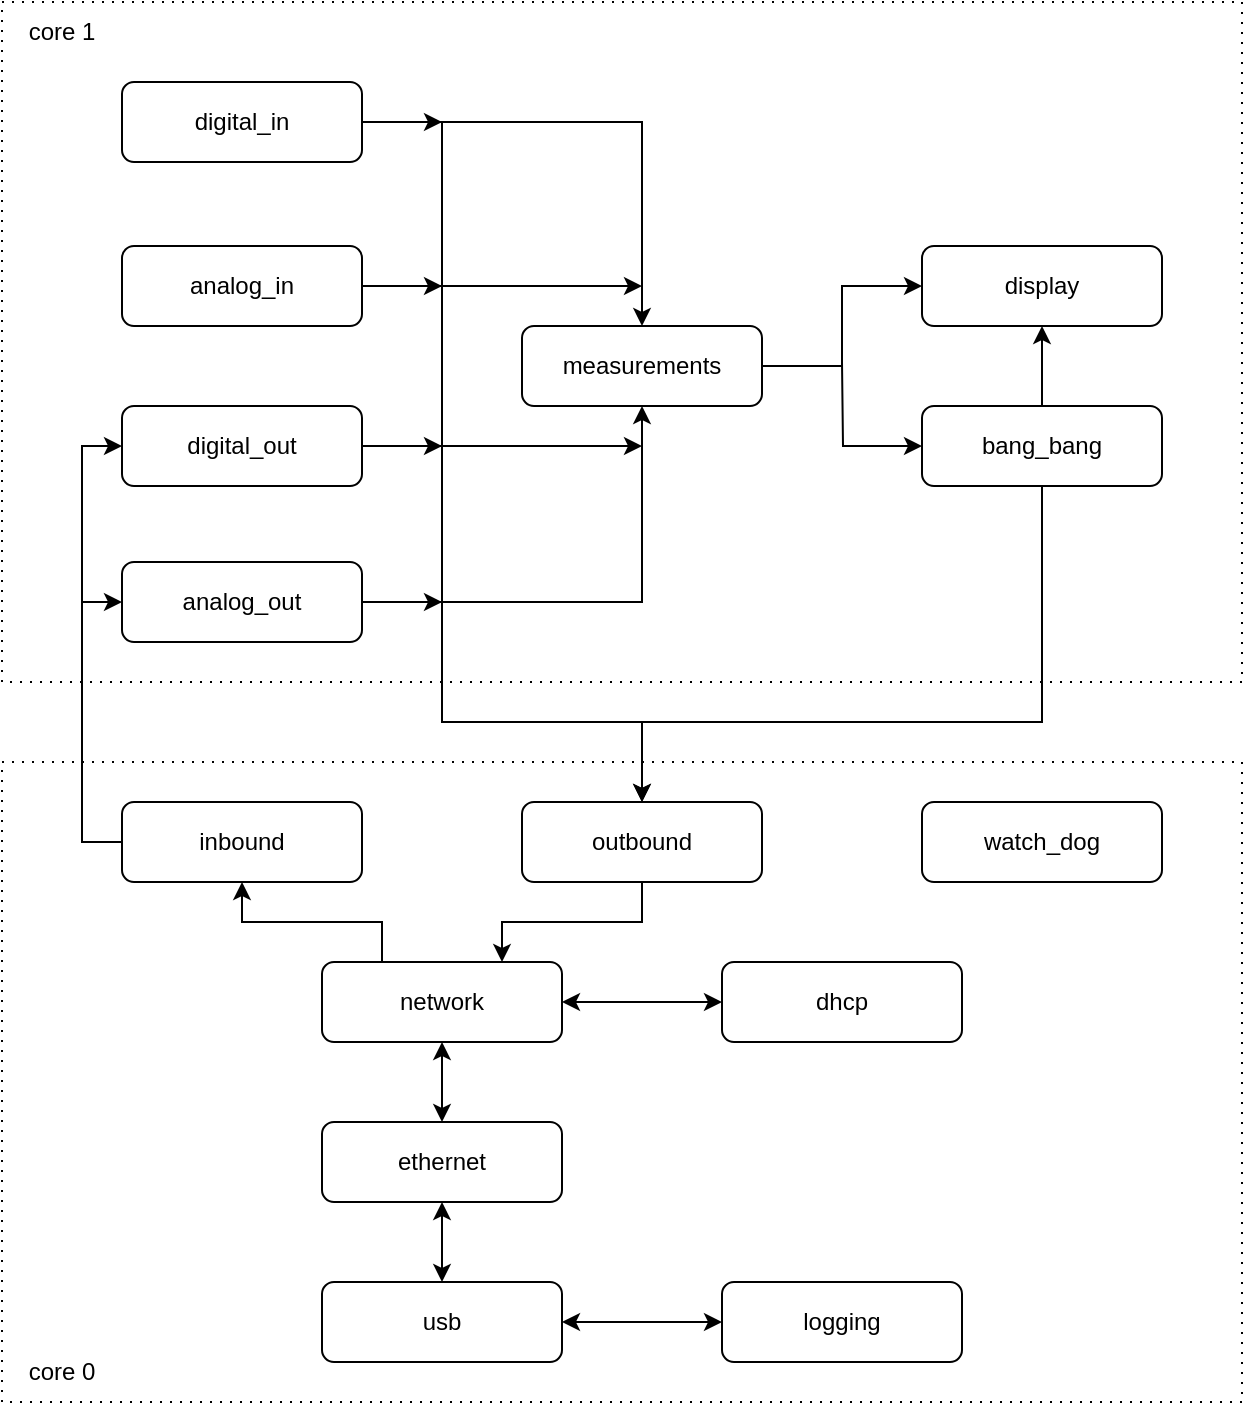
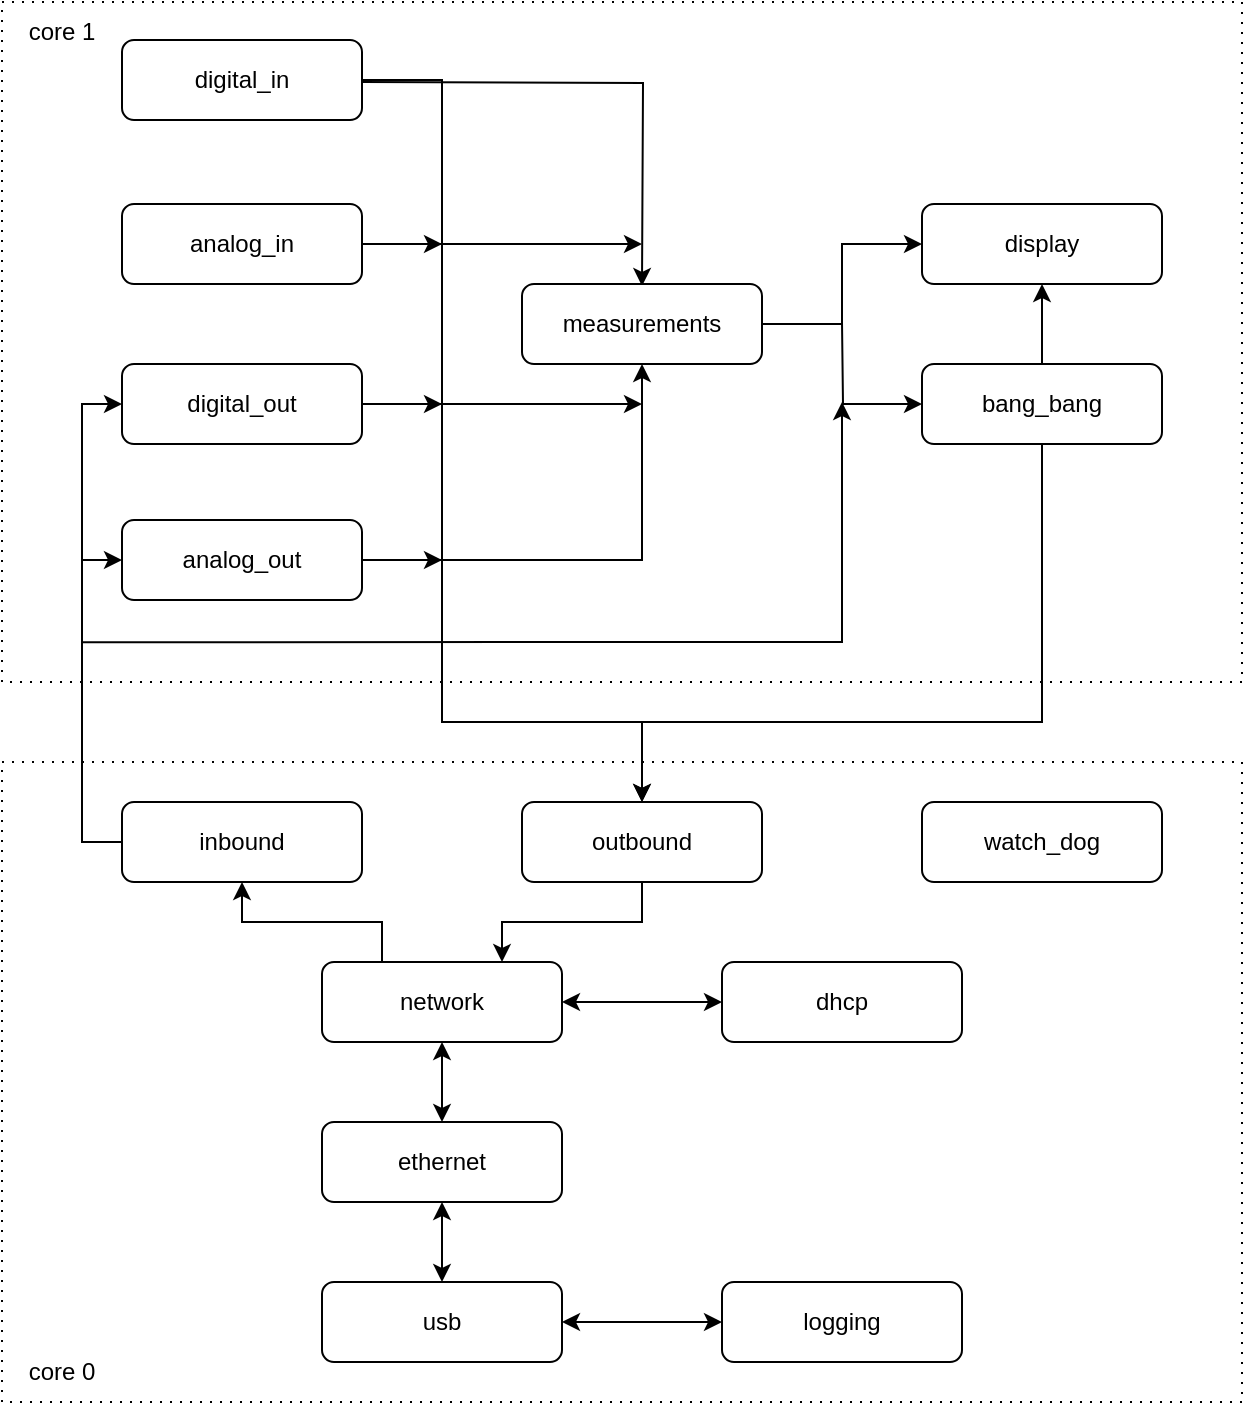
<mxfile host="Electron">
  <diagram name="Page-1" id="8PbLfz8r8v8ghwV8h6wi">
    <mxGraphModel dx="1134" dy="774" grid="1" gridSize="10" guides="1" tooltips="1" connect="1" arrows="1" fold="1" page="1" pageScale="1" pageWidth="850" pageHeight="1100" math="0" shadow="0">
      <root>
        <mxCell id="0" />
        <mxCell id="1" parent="0" />
        <mxCell id="xubCBRTcwV1AIBbsZQKh-52" parent="1" style="whiteSpace=wrap;html=1;dashed=1;dashPattern=1 4;" value="" vertex="1">
          <mxGeometry height="340" width="620" x="60" y="40" as="geometry" />
        </mxCell>
        <mxCell id="xubCBRTcwV1AIBbsZQKh-50" parent="1" style="whiteSpace=wrap;html=1;dashed=1;dashPattern=1 4;" value="" vertex="1">
          <mxGeometry height="320" width="620" x="60" y="420" as="geometry" />
        </mxCell>
-         <mxCell id="xubCBRTcwV1AIBbsZQKh-31" edge="1" parent="1" source="xubCBRTcwV1AIBbsZQKh-1" style="edgeStyle=orthogonalEdgeStyle;rounded=0;orthogonalLoop=1;jettySize=auto;html=1;exitX=1;exitY=0.5;exitDx=0;exitDy=0;entryX=0.5;entryY=0;entryDx=0;entryDy=0;" target="xubCBRTcwV1AIBbsZQKh-7">
-           <mxGeometry relative="1" as="geometry" />
+         <mxCell id="xubCBRTcwV1AIBbsZQKh-31" edge="1" parent="1" style="edgeStyle=orthogonalEdgeStyle;rounded=0;orthogonalLoop=1;jettySize=auto;html=1;exitX=1;exitY=0.5;exitDx=0;exitDy=0;entryX=0.5;entryY=0;entryDx=0;entryDy=0;">
+           <mxGeometry relative="1" as="geometry">
+             <mxPoint x="240" y="80" as="sourcePoint" />
+             <mxPoint x="380" y="182" as="targetPoint" />
+           </mxGeometry>
        </mxCell>
-         <mxCell id="xubCBRTcwV1AIBbsZQKh-45" edge="1" parent="1" style="edgeStyle=orthogonalEdgeStyle;rounded=0;orthogonalLoop=1;jettySize=auto;html=1;entryX=0.5;entryY=0;entryDx=0;entryDy=0;" target="xubCBRTcwV1AIBbsZQKh-11">
+         <mxCell id="xubCBRTcwV1AIBbsZQKh-45" edge="1" parent="1" source="xubCBRTcwV1AIBbsZQKh-1" style="edgeStyle=orthogonalEdgeStyle;rounded=0;orthogonalLoop=1;jettySize=auto;html=1;entryX=0.5;entryY=0;entryDx=0;entryDy=0;exitX=1;exitY=0.5;exitDx=0;exitDy=0;" target="xubCBRTcwV1AIBbsZQKh-11">
          <mxGeometry relative="1" as="geometry">
            <Array as="points">
-               <mxPoint x="280" y="100" />
+               <mxPoint x="280" y="79" />
              <mxPoint x="280" y="400" />
              <mxPoint x="380" y="400" />
            </Array>
            <mxPoint x="280" y="100" as="sourcePoint" />
            <mxPoint x="380" y="400" as="targetPoint" />
          </mxGeometry>
        </mxCell>
-         <mxCell id="xubCBRTcwV1AIBbsZQKh-49" edge="1" parent="1" source="xubCBRTcwV1AIBbsZQKh-1" style="edgeStyle=orthogonalEdgeStyle;rounded=0;orthogonalLoop=1;jettySize=auto;html=1;exitX=1;exitY=0.5;exitDx=0;exitDy=0;">
-           <mxGeometry relative="1" as="geometry">
-             <mxPoint x="280" y="100" as="targetPoint" />
-           </mxGeometry>
-         </mxCell>
        <mxCell id="xubCBRTcwV1AIBbsZQKh-1" parent="1" style="rounded=1;whiteSpace=wrap;html=1;" value="digital_in" vertex="1">
-           <mxGeometry height="40" width="120" x="120" y="80" as="geometry" />
+           <mxGeometry height="40" width="120" x="120" y="59" as="geometry" />
        </mxCell>
        <mxCell id="xubCBRTcwV1AIBbsZQKh-2" edge="1" parent="1" source="xubCBRTcwV1AIBbsZQKh-1" style="edgeStyle=orthogonalEdgeStyle;rounded=0;orthogonalLoop=1;jettySize=auto;html=1;exitX=0.5;exitY=1;exitDx=0;exitDy=0;" target="xubCBRTcwV1AIBbsZQKh-1">
          <mxGeometry relative="1" as="geometry" />
        </mxCell>
-         <mxCell id="xubCBRTcwV1AIBbsZQKh-36" edge="1" parent="1" source="xubCBRTcwV1AIBbsZQKh-4" style="edgeStyle=orthogonalEdgeStyle;rounded=0;orthogonalLoop=1;jettySize=auto;html=1;exitX=1;exitY=0.5;exitDx=0;exitDy=0;">
+         <mxCell id="xubCBRTcwV1AIBbsZQKh-55" edge="1" parent="1" source="xubCBRTcwV1AIBbsZQKh-4" style="edgeStyle=orthogonalEdgeStyle;rounded=0;orthogonalLoop=1;jettySize=auto;html=1;exitX=1;exitY=0.5;exitDx=0;exitDy=0;">
          <mxGeometry relative="1" as="geometry">
-             <mxPoint x="380" y="262" as="targetPoint" />
+             <mxPoint x="280" y="241" as="targetPoint" />
          </mxGeometry>
        </mxCell>
-         <mxCell id="xubCBRTcwV1AIBbsZQKh-55" edge="1" parent="1" source="xubCBRTcwV1AIBbsZQKh-4" style="edgeStyle=orthogonalEdgeStyle;rounded=0;orthogonalLoop=1;jettySize=auto;html=1;exitX=1;exitY=0.5;exitDx=0;exitDy=0;">
+         <mxCell id="_52VlU_6_dYqE9l6PzOU-3" edge="1" parent="1" source="xubCBRTcwV1AIBbsZQKh-4" style="edgeStyle=orthogonalEdgeStyle;rounded=0;orthogonalLoop=1;jettySize=auto;html=1;exitX=1;exitY=0.5;exitDx=0;exitDy=0;">
          <mxGeometry relative="1" as="geometry">
-             <mxPoint x="280" y="262" as="targetPoint" />
+             <mxPoint x="380" y="241" as="targetPoint" />
          </mxGeometry>
        </mxCell>
        <mxCell id="xubCBRTcwV1AIBbsZQKh-4" parent="1" style="rounded=1;whiteSpace=wrap;html=1;" value="digital_out" vertex="1">
-           <mxGeometry height="40" width="120" x="120" y="242" as="geometry" />
+           <mxGeometry height="40" width="120" x="120" y="221" as="geometry" />
        </mxCell>
-         <mxCell id="xubCBRTcwV1AIBbsZQKh-56" edge="1" parent="1" source="xubCBRTcwV1AIBbsZQKh-5" style="edgeStyle=orthogonalEdgeStyle;rounded=0;orthogonalLoop=1;jettySize=auto;html=1;exitX=1;exitY=0.5;exitDx=0;exitDy=0;">
+         <mxCell id="_52VlU_6_dYqE9l6PzOU-1" edge="1" parent="1" source="xubCBRTcwV1AIBbsZQKh-5" style="edgeStyle=orthogonalEdgeStyle;rounded=0;orthogonalLoop=1;jettySize=auto;html=1;exitX=1;exitY=0.5;exitDx=0;exitDy=0;">
          <mxGeometry relative="1" as="geometry">
-             <mxPoint x="280" y="182" as="targetPoint" />
+             <mxPoint x="280" y="161" as="targetPoint" />
          </mxGeometry>
        </mxCell>
-         <mxCell id="xubCBRTcwV1AIBbsZQKh-57" edge="1" parent="1" source="xubCBRTcwV1AIBbsZQKh-5" style="edgeStyle=orthogonalEdgeStyle;rounded=0;orthogonalLoop=1;jettySize=auto;html=1;exitX=1;exitY=0.5;exitDx=0;exitDy=0;">
+         <mxCell id="_52VlU_6_dYqE9l6PzOU-4" edge="1" parent="1" source="xubCBRTcwV1AIBbsZQKh-5" style="edgeStyle=orthogonalEdgeStyle;rounded=0;orthogonalLoop=1;jettySize=auto;html=1;exitX=1;exitY=0.5;exitDx=0;exitDy=0;">
          <mxGeometry relative="1" as="geometry">
-             <mxPoint x="380" y="182" as="targetPoint" />
+             <mxPoint x="380" y="161" as="targetPoint" />
          </mxGeometry>
        </mxCell>
        <mxCell id="xubCBRTcwV1AIBbsZQKh-5" parent="1" style="rounded=1;whiteSpace=wrap;html=1;" value="analog_in" vertex="1">
-           <mxGeometry height="40" width="120" x="120" y="162" as="geometry" />
+           <mxGeometry height="40" width="120" x="120" y="141" as="geometry" />
        </mxCell>
        <mxCell id="xubCBRTcwV1AIBbsZQKh-30" edge="1" parent="1" source="xubCBRTcwV1AIBbsZQKh-6" style="edgeStyle=orthogonalEdgeStyle;rounded=0;orthogonalLoop=1;jettySize=auto;html=1;exitX=0;exitY=0.5;exitDx=0;exitDy=0;startArrow=classic;startFill=1;endArrow=none;endFill=0;">
          <mxGeometry relative="1" as="geometry">
            <mxPoint x="100" y="340" as="targetPoint" />
          </mxGeometry>
        </mxCell>
        <mxCell id="xubCBRTcwV1AIBbsZQKh-34" edge="1" parent="1" source="xubCBRTcwV1AIBbsZQKh-6" style="edgeStyle=orthogonalEdgeStyle;rounded=0;orthogonalLoop=1;jettySize=auto;html=1;exitX=1;exitY=0.5;exitDx=0;exitDy=0;entryX=0.5;entryY=1;entryDx=0;entryDy=0;" target="xubCBRTcwV1AIBbsZQKh-7">
          <mxGeometry relative="1" as="geometry" />
        </mxCell>
        <mxCell id="xubCBRTcwV1AIBbsZQKh-48" edge="1" parent="1" source="xubCBRTcwV1AIBbsZQKh-6" style="edgeStyle=orthogonalEdgeStyle;rounded=0;orthogonalLoop=1;jettySize=auto;html=1;exitX=1;exitY=0.5;exitDx=0;exitDy=0;">
          <mxGeometry relative="1" as="geometry">
-             <mxPoint x="280" y="340" as="targetPoint" />
+             <mxPoint x="280" y="319" as="targetPoint" />
          </mxGeometry>
        </mxCell>
        <mxCell id="xubCBRTcwV1AIBbsZQKh-6" parent="1" style="rounded=1;whiteSpace=wrap;html=1;" value="analog_out" vertex="1">
-           <mxGeometry height="40" width="120" x="120" y="320" as="geometry" />
+           <mxGeometry height="40" width="120" x="120" y="299" as="geometry" />
        </mxCell>
        <mxCell id="xubCBRTcwV1AIBbsZQKh-37" edge="1" parent="1" source="xubCBRTcwV1AIBbsZQKh-7" style="edgeStyle=orthogonalEdgeStyle;rounded=0;orthogonalLoop=1;jettySize=auto;html=1;exitX=1;exitY=0.5;exitDx=0;exitDy=0;entryX=0;entryY=0.5;entryDx=0;entryDy=0;" target="xubCBRTcwV1AIBbsZQKh-8">
          <mxGeometry relative="1" as="geometry" />
        </mxCell>
        <mxCell id="xubCBRTcwV1AIBbsZQKh-7" parent="1" style="rounded=1;whiteSpace=wrap;html=1;" value="measurements" vertex="1">
-           <mxGeometry height="40" width="120" x="320" y="202" as="geometry" />
+           <mxGeometry height="40" width="120" x="320" y="181" as="geometry" />
        </mxCell>
        <mxCell id="xubCBRTcwV1AIBbsZQKh-8" parent="1" style="rounded=1;whiteSpace=wrap;html=1;" value="display" vertex="1">
-           <mxGeometry height="40" width="120" x="520" y="162" as="geometry" />
+           <mxGeometry height="40" width="120" x="520" y="141" as="geometry" />
        </mxCell>
        <mxCell id="xubCBRTcwV1AIBbsZQKh-39" edge="1" parent="1" source="xubCBRTcwV1AIBbsZQKh-9" style="edgeStyle=orthogonalEdgeStyle;rounded=0;orthogonalLoop=1;jettySize=auto;html=1;exitX=0;exitY=0.5;exitDx=0;exitDy=0;startArrow=classic;startFill=1;endArrow=none;endFill=0;">
          <mxGeometry relative="1" as="geometry">
-             <mxPoint x="480" y="220" as="targetPoint" />
+             <mxPoint x="480" y="200" as="targetPoint" />
          </mxGeometry>
        </mxCell>
        <mxCell id="xubCBRTcwV1AIBbsZQKh-40" edge="1" parent="1" source="xubCBRTcwV1AIBbsZQKh-9" style="edgeStyle=orthogonalEdgeStyle;rounded=0;orthogonalLoop=1;jettySize=auto;html=1;exitX=0.5;exitY=1;exitDx=0;exitDy=0;entryX=0.5;entryY=0;entryDx=0;entryDy=0;" target="xubCBRTcwV1AIBbsZQKh-11">
          <mxGeometry relative="1" as="geometry">
            <Array as="points">
              <mxPoint x="580" y="400" />
              <mxPoint x="380" y="400" />
            </Array>
          </mxGeometry>
        </mxCell>
        <mxCell id="SnFClk5W-tLf7v8_O_Ug-1" edge="1" parent="1" source="xubCBRTcwV1AIBbsZQKh-9" style="edgeStyle=orthogonalEdgeStyle;rounded=0;orthogonalLoop=1;jettySize=auto;html=1;" target="xubCBRTcwV1AIBbsZQKh-8" value="">
          <mxGeometry relative="1" as="geometry" />
        </mxCell>
        <mxCell id="xubCBRTcwV1AIBbsZQKh-9" parent="1" style="rounded=1;whiteSpace=wrap;html=1;" value="bang_bang" vertex="1">
-           <mxGeometry height="40" width="120" x="520" y="242" as="geometry" />
+           <mxGeometry height="40" width="120" x="520" y="221" as="geometry" />
        </mxCell>
        <mxCell id="xubCBRTcwV1AIBbsZQKh-29" edge="1" parent="1" source="xubCBRTcwV1AIBbsZQKh-10" style="edgeStyle=orthogonalEdgeStyle;rounded=0;orthogonalLoop=1;jettySize=auto;html=1;exitX=0;exitY=0.5;exitDx=0;exitDy=0;entryX=0;entryY=0.5;entryDx=0;entryDy=0;" target="xubCBRTcwV1AIBbsZQKh-4">
          <mxGeometry relative="1" as="geometry" />
        </mxCell>
        <mxCell id="xubCBRTcwV1AIBbsZQKh-10" parent="1" style="rounded=1;whiteSpace=wrap;html=1;" value="inbound" vertex="1">
          <mxGeometry height="40" width="120" x="120" y="440" as="geometry" />
        </mxCell>
        <mxCell id="xubCBRTcwV1AIBbsZQKh-11" parent="1" style="rounded=1;whiteSpace=wrap;html=1;" value="outbound" vertex="1">
          <mxGeometry height="40" width="120" x="320" y="440" as="geometry" />
        </mxCell>
        <mxCell id="xubCBRTcwV1AIBbsZQKh-12" parent="1" style="rounded=1;whiteSpace=wrap;html=1;" value="watch_dog" vertex="1">
          <mxGeometry height="40" width="120" x="520" y="440" as="geometry" />
        </mxCell>
        <mxCell id="xubCBRTcwV1AIBbsZQKh-22" edge="1" parent="1" source="xubCBRTcwV1AIBbsZQKh-14" style="edgeStyle=orthogonalEdgeStyle;rounded=0;orthogonalLoop=1;jettySize=auto;html=1;exitX=0.5;exitY=0;exitDx=0;exitDy=0;entryX=0.5;entryY=1;entryDx=0;entryDy=0;startArrow=classic;startFill=1;" target="xubCBRTcwV1AIBbsZQKh-15">
          <mxGeometry relative="1" as="geometry" />
        </mxCell>
        <mxCell id="xubCBRTcwV1AIBbsZQKh-14" parent="1" style="rounded=1;whiteSpace=wrap;html=1;" value="usb" vertex="1">
          <mxGeometry height="40" width="120" x="220" y="680" as="geometry" />
        </mxCell>
        <mxCell id="xubCBRTcwV1AIBbsZQKh-23" edge="1" parent="1" source="xubCBRTcwV1AIBbsZQKh-15" style="edgeStyle=orthogonalEdgeStyle;rounded=0;orthogonalLoop=1;jettySize=auto;html=1;exitX=0.5;exitY=0;exitDx=0;exitDy=0;entryX=0.5;entryY=1;entryDx=0;entryDy=0;startArrow=classic;startFill=1;" target="xubCBRTcwV1AIBbsZQKh-17">
          <mxGeometry relative="1" as="geometry" />
        </mxCell>
        <mxCell id="xubCBRTcwV1AIBbsZQKh-15" parent="1" style="rounded=1;whiteSpace=wrap;html=1;" value="ethernet" vertex="1">
          <mxGeometry height="40" width="120" x="220" y="600" as="geometry" />
        </mxCell>
        <mxCell id="xubCBRTcwV1AIBbsZQKh-21" edge="1" parent="1" source="xubCBRTcwV1AIBbsZQKh-16" style="edgeStyle=orthogonalEdgeStyle;rounded=0;orthogonalLoop=1;jettySize=auto;html=1;exitX=0;exitY=0.5;exitDx=0;exitDy=0;entryX=1;entryY=0.5;entryDx=0;entryDy=0;startArrow=classic;startFill=1;" target="xubCBRTcwV1AIBbsZQKh-14">
          <mxGeometry relative="1" as="geometry" />
        </mxCell>
        <mxCell id="xubCBRTcwV1AIBbsZQKh-16" parent="1" style="rounded=1;whiteSpace=wrap;html=1;" value="logging" vertex="1">
          <mxGeometry height="40" width="120" x="420" y="680" as="geometry" />
        </mxCell>
        <mxCell id="xubCBRTcwV1AIBbsZQKh-24" edge="1" parent="1" source="xubCBRTcwV1AIBbsZQKh-17" style="edgeStyle=orthogonalEdgeStyle;rounded=0;orthogonalLoop=1;jettySize=auto;html=1;exitX=1;exitY=0.5;exitDx=0;exitDy=0;entryX=0;entryY=0.5;entryDx=0;entryDy=0;startArrow=classic;startFill=1;" target="xubCBRTcwV1AIBbsZQKh-18">
          <mxGeometry relative="1" as="geometry" />
        </mxCell>
        <mxCell id="xubCBRTcwV1AIBbsZQKh-27" edge="1" parent="1" source="xubCBRTcwV1AIBbsZQKh-17" style="edgeStyle=orthogonalEdgeStyle;rounded=0;orthogonalLoop=1;jettySize=auto;html=1;exitX=0.75;exitY=0;exitDx=0;exitDy=0;entryX=0.5;entryY=1;entryDx=0;entryDy=0;startArrow=classic;startFill=1;endArrow=none;endFill=0;" target="xubCBRTcwV1AIBbsZQKh-11">
          <mxGeometry relative="1" as="geometry" />
        </mxCell>
        <mxCell id="xubCBRTcwV1AIBbsZQKh-28" edge="1" parent="1" source="xubCBRTcwV1AIBbsZQKh-17" style="edgeStyle=orthogonalEdgeStyle;rounded=0;orthogonalLoop=1;jettySize=auto;html=1;exitX=0.25;exitY=0;exitDx=0;exitDy=0;entryX=0.5;entryY=1;entryDx=0;entryDy=0;" target="xubCBRTcwV1AIBbsZQKh-10">
          <mxGeometry relative="1" as="geometry" />
        </mxCell>
        <mxCell id="xubCBRTcwV1AIBbsZQKh-17" parent="1" style="rounded=1;whiteSpace=wrap;html=1;" value="network" vertex="1">
          <mxGeometry height="40" width="120" x="220" y="520" as="geometry" />
        </mxCell>
        <mxCell id="xubCBRTcwV1AIBbsZQKh-18" parent="1" style="rounded=1;whiteSpace=wrap;html=1;" value="dhcp" vertex="1">
          <mxGeometry height="40" width="120" x="420" y="520" as="geometry" />
        </mxCell>
        <mxCell id="xubCBRTcwV1AIBbsZQKh-51" parent="1" style="text;html=1;whiteSpace=wrap;strokeColor=none;fillColor=none;align=center;verticalAlign=middle;rounded=0;" value="core 0" vertex="1">
          <mxGeometry height="30" width="60" x="60" y="710" as="geometry" />
        </mxCell>
        <mxCell id="xubCBRTcwV1AIBbsZQKh-53" parent="1" style="text;html=1;whiteSpace=wrap;strokeColor=none;fillColor=none;align=center;verticalAlign=middle;rounded=0;" value="core 1" vertex="1">
          <mxGeometry height="30" width="60" x="60" y="40" as="geometry" />
        </mxCell>
+         <mxCell id="_52VlU_6_dYqE9l6PzOU-5" edge="1" parent="1" style="endArrow=classic;html=1;rounded=0;exitX=0.548;exitY=0.971;exitDx=0;exitDy=0;exitPerimeter=0;" value="">
+           <mxGeometry height="50" relative="1" width="50" as="geometry">
+             <Array as="points">
+               <mxPoint x="480" y="360" />
+             </Array>
+             <mxPoint x="100" y="360.1399999999999" as="sourcePoint" />
+             <mxPoint x="480" y="240" as="targetPoint" />
+           </mxGeometry>
+         </mxCell>
      </root>
    </mxGraphModel>
  </diagram>
</mxfile>
